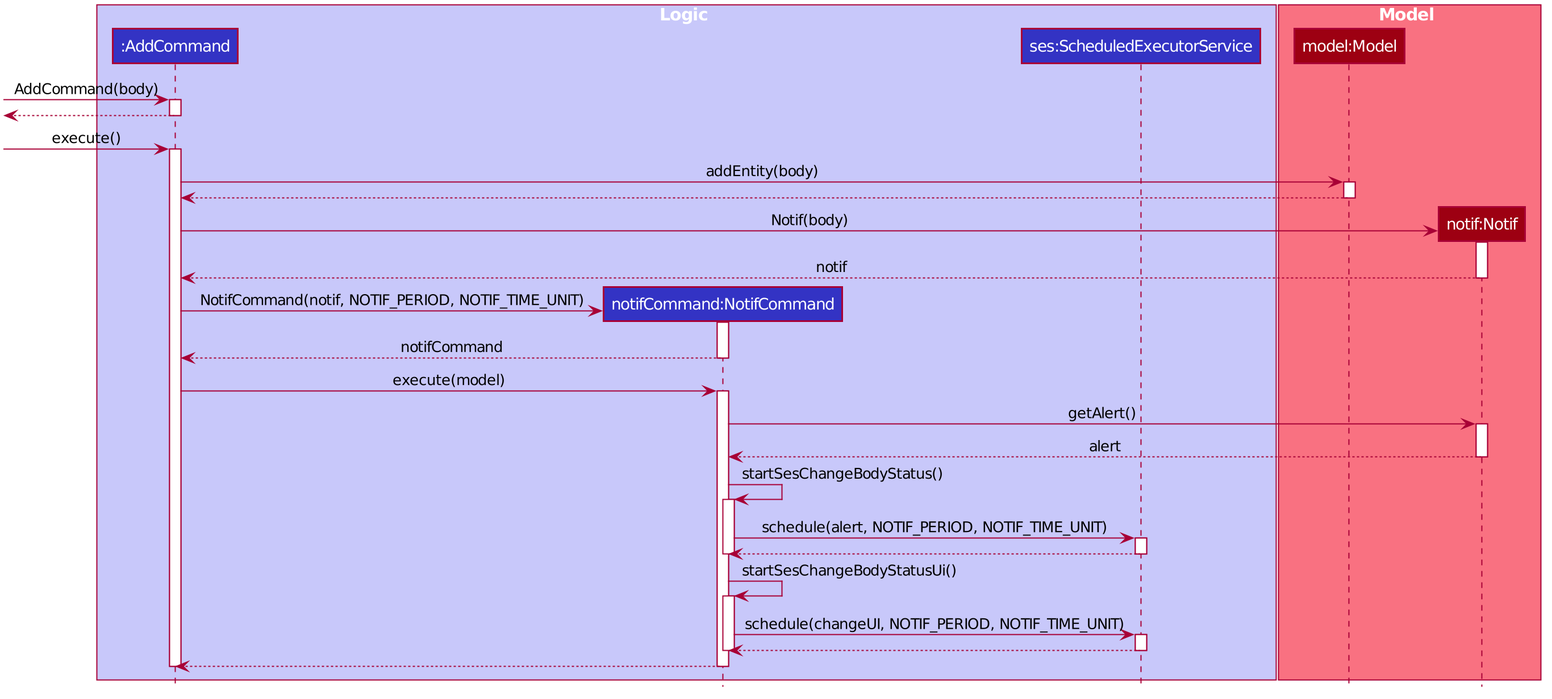
AY1920S1-CS2103T-T13-2/main keeps this PlantUML diagram as images/NotifCommandSequenceDiagram.png. Above is the earlier version.
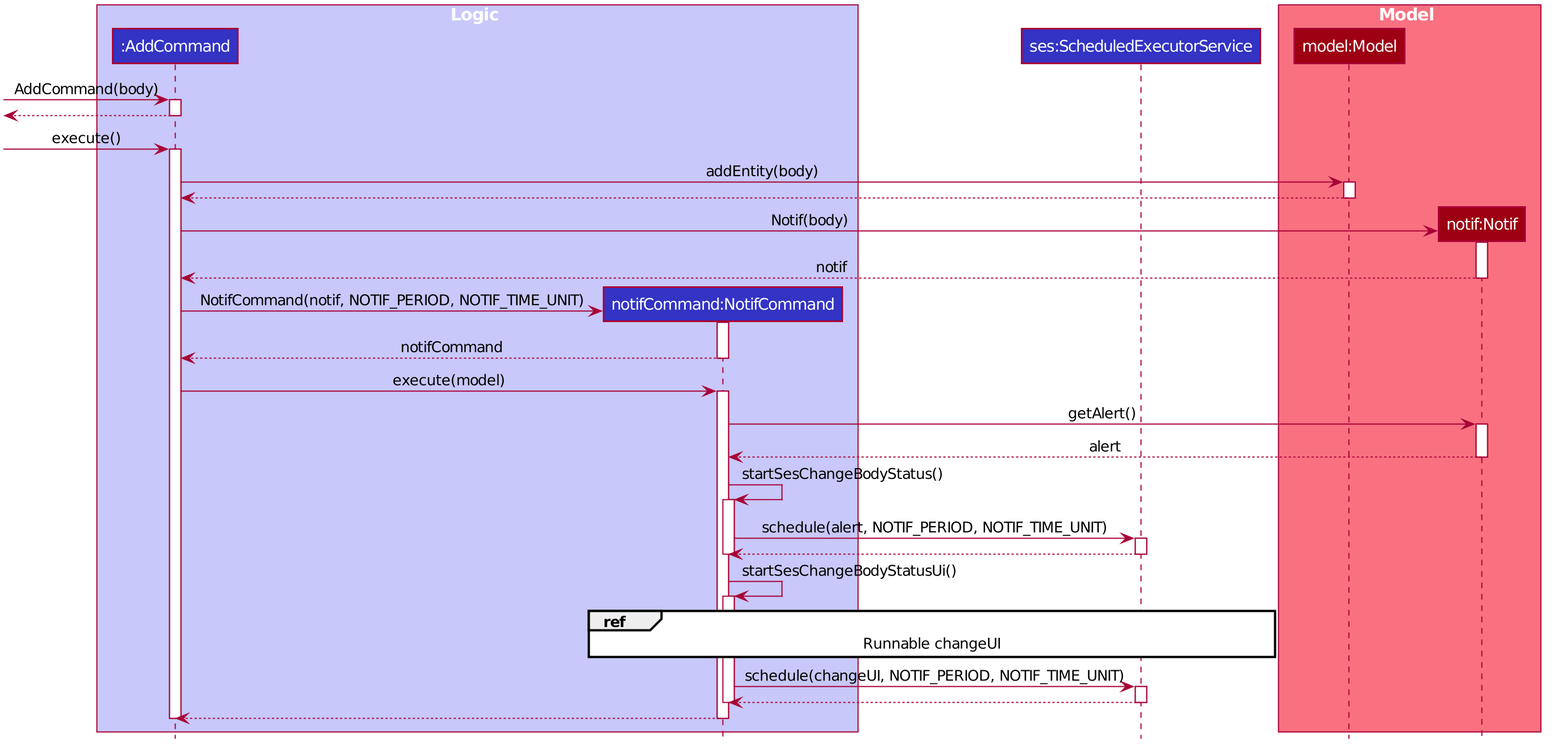
Later version of the same file.

Change to the diagram source:
```diff
@@ -51,8 +51,9 @@
 box Logic #C8C8FA
 participant ":AddCommand" as AddCommand #3333C4
 participant "notifCommand:NotifCommand" as NotifCommand #3333C4
+end box
+
 participant "ses:ScheduledExecutorService" as ScheduledExecutorService #3333C4
-end box
 
 box Model #F97181
 participant "model:Model" as Model #9D0012
@@ -105,9 +106,11 @@
 
         NotifCommand -> NotifCommand :startSesChangeBodyStatusUi()
         activate NotifCommand
+        ref over NotifCommand, ScheduledExecutorService : Runnable changeUI
         NotifCommand -> ScheduledExecutorService :schedule(changeUI, NOTIF_PERIOD, NOTIF_TIME_UNIT)
         activate ScheduledExecutorService
         ScheduledExecutorService --> NotifCommand
+
         deactivate ScheduledExecutorService
 
         deactivate NotifCommand
@@ -119,5 +122,4 @@
 deactivate AddCommand
 
 
-
 @enduml
```
